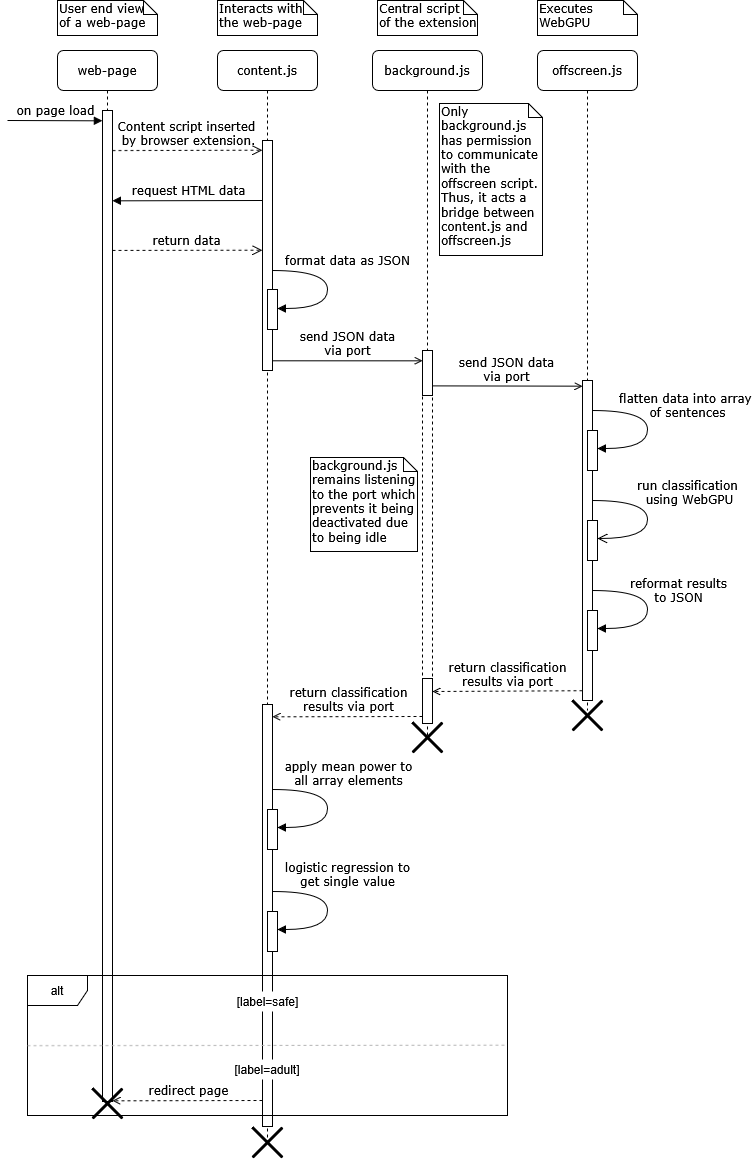
Earlier version of the draw.io export diagrams/PyroBlockerSequence.drawio.png (3cho11/PyroBlocker). Source tidied: cells renumbered, new cells last; positions are measured from the earlier drawing's top-left corner, leaving out a move shared by most shapes.
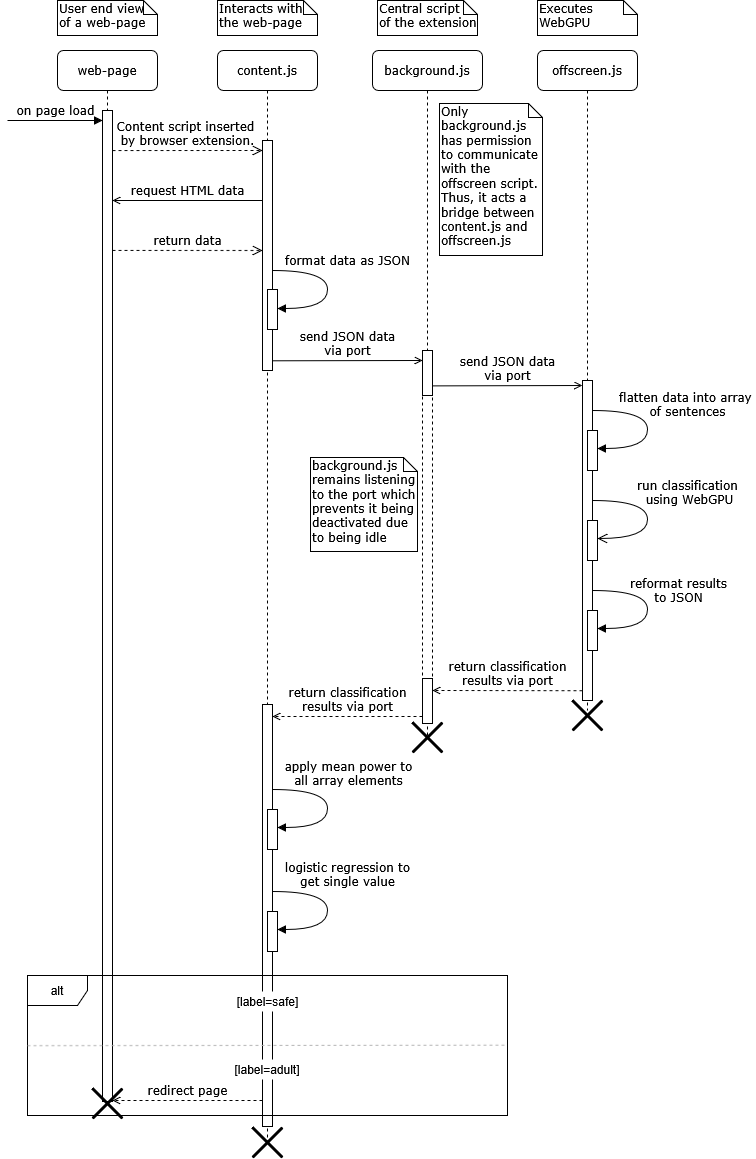
After the change.

What changed in the source:
```diff
@@ -168,7 +168,7 @@
         <mxPoint x="255" y="150" as="targetPoint" />
       </mxGeometry>
     </mxCell>
-    <mxCell id="37" value="request HTML data" style="html=1;verticalAlign=bottom;endArrow=block;labelBackgroundColor=none;fontFamily=Verdana;fontSize=12;edgeStyle=elbowEdgeStyle;elbow=vertical;" parent="1" edge="1">
+    <mxCell id="37" value="request HTML data" style="html=1;verticalAlign=bottom;endArrow=open;labelBackgroundColor=none;fontFamily=Verdana;fontSize=12;edgeStyle=elbowEdgeStyle;elbow=vertical;endFill=0;" parent="1" edge="1">
       <mxGeometry relative="1" as="geometry">
         <mxPoint x="255" y="200" as="sourcePoint" />
         <mxPoint x="105" y="200.3" as="targetPoint" />
```
